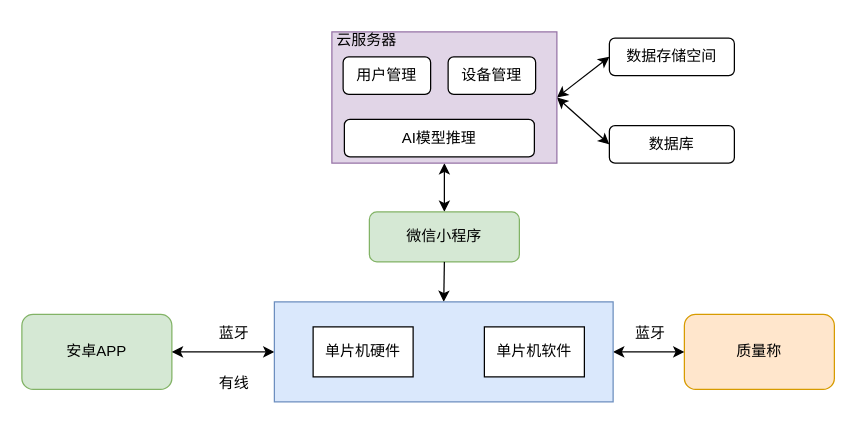
Before: WorkSpace/Coffe.drawio in mailonghua/drawio, a draw.io diagram. Source tidied: cells renumbered, new cells numbered last; positions are measured from the earlier drawing's top-left corner, leaving out a move shared by most shapes. Both pictures are drawn from the tidied source at 125%, with x=0, y=0 at pixel (21, 21).
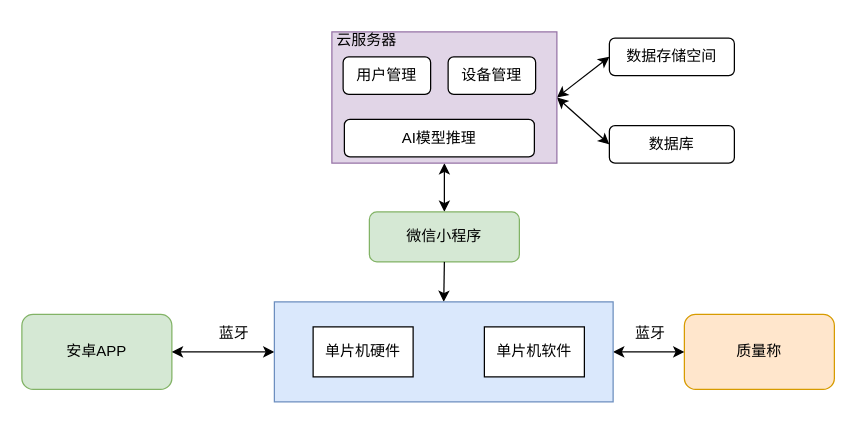
After the change.

Diff of the diagram source:
```diff
@@
-    <mxCell id="3" value="有线" style="text;strokeColor=none;align=center;fillColor=none;html=1;verticalAlign=middle;whiteSpace=wrap;rounded=0;" parent="1" vertex="1">
-      <mxGeometry x="140" y="274" width="60" height="30" as="geometry" />
-    </mxCell>
```
